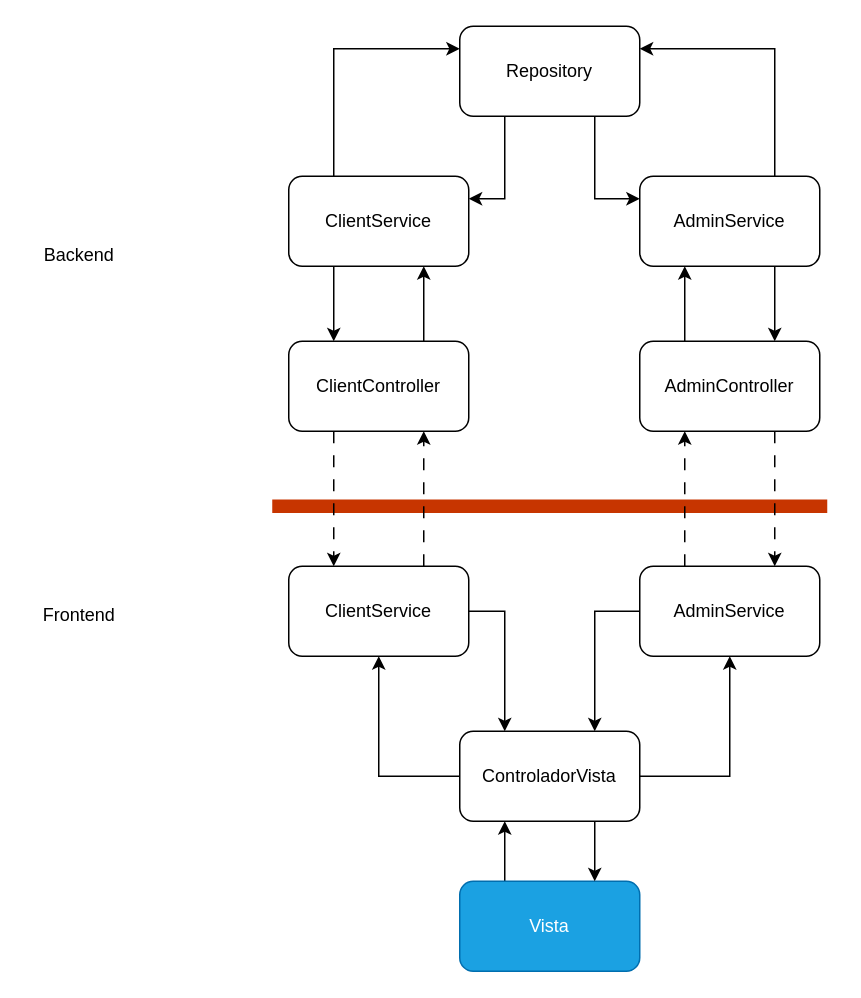
Before: flugrama_servicios.drawio in BlockCLusterProject/Frontend, a draw.io diagram. Source tidied: cells renumbered, new cells numbered last; positions are measured from the earlier drawing's top-left corner, leaving out a move shared by most shapes. Both pictures are drawn from the tidied source at 150%, with x=0, y=0 at pixel (26, 26).
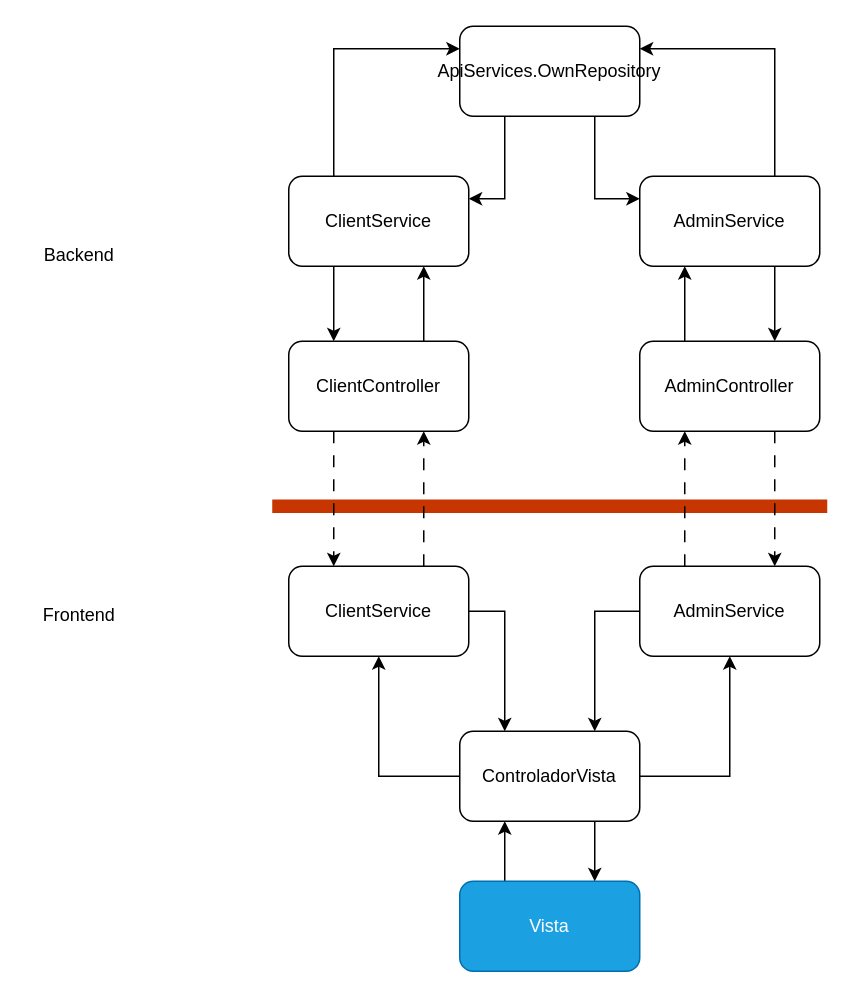
The same page after the edit.

The edit, as a diff of the source:
```diff
@@
-    <mxCell id="29" value="Repository" style="rounded=1;whiteSpace=wrap;html=1;" parent="1" vertex="1">
+    <mxCell id="29" value="ApiServices.OwnRepository" style="rounded=1;whiteSpace=wrap;html=1;" parent="1" vertex="1">
       <mxGeometry x="289" width="120" height="60" as="geometry" />
     </mxCell>
```
